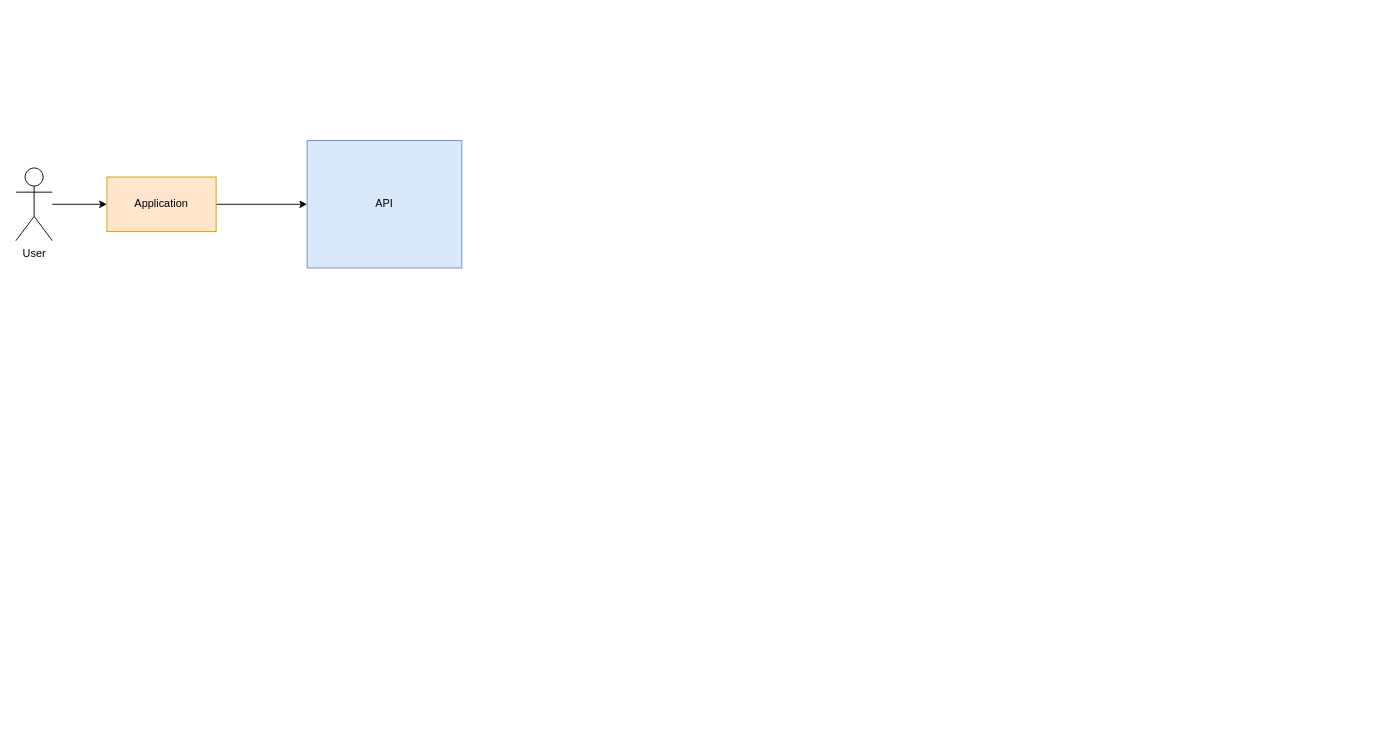
This is Service call api.drawio from LucasCDA90/Projet-individuel, a draw.io file, before an edit. Source tidied: cells renumbered, new cells numbered last; positions are measured from the earlier drawing's top-left corner, leaving out a move shared by most shapes. Both pictures are drawn from the tidied source at 91%, with x=0, y=0 at pixel (15, 140).
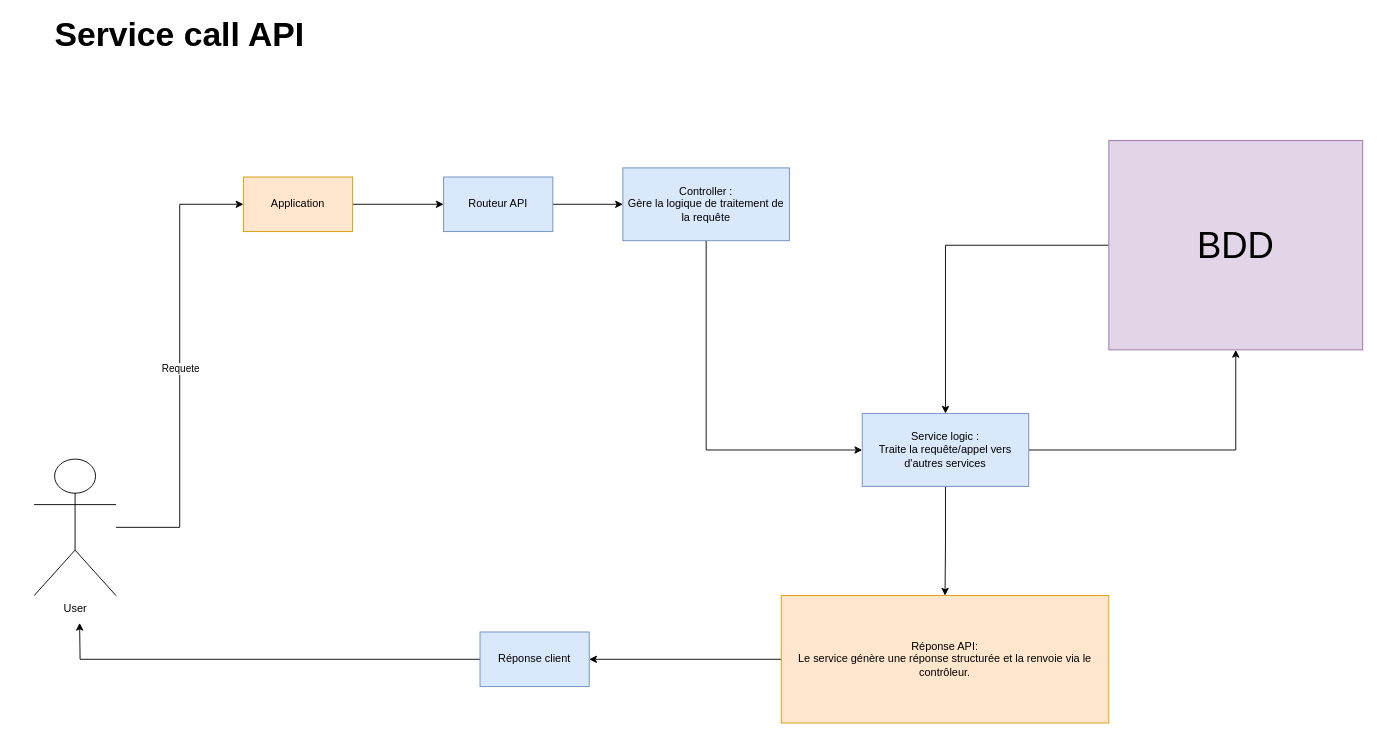
After the change.

Commit message:
Call API

The change refers to these unchanged cells:
```xml
<mxCell id="2" style="edgeStyle=orthogonalEdgeStyle;rounded=0;jettySize=auto;html=1;entryX=0;entryY=0.5;entryDx=0;entryDy=0;" parent="1" edge="1" source="3" target="6">
  <mxGeometry relative="1" as="geometry" />
</mxCell>
```

The edit, as a diff of the source:
```diff
@@
+    <mxCell id="7" value="Requete" style="edgeLabel;html=1;align=center;verticalAlign=middle;" parent="2" vertex="1">
+      <mxGeometry x="-0.01" relative="1" as="geometry" />
+    </mxCell>
     <mxCell id="3" value="User" style="shape=umlActor;verticalLabelPosition=bottom;verticalAlign=top;html=1;outlineConnect=0;" parent="1" vertex="1">
-      <mxGeometry y="30" width="40" height="80" as="geometry" />
+      <mxGeometry x="20" y="350" width="90" height="150" as="geometry" />
     </mxCell>
-    <mxCell id="4" value="API" style="rounded=0;whiteSpace=wrap;html=1;fillColor=#dae8fc;strokeColor=#6c8ebf;" parent="1" vertex="1">
-      <mxGeometry x="320" width="170" height="140" as="geometry" />
-    </mxCell>
-    <mxCell id="5" style="edgeStyle=orthogonalEdgeStyle;rounded=0;jettySize=auto;html=1;exitX=1;exitY=0.5;exitDx=0;exitDy=0;entryX=0;entryY=0.5;entryDx=0;entryDy=0;" parent="1" edge="1" source="6" target="4">
-      <mxGeometry relative="1" as="geometry" />
-    </mxCell>
+    <mxCell id="8" style="edgeStyle=orthogonalEdgeStyle;rounded=0;jettySize=auto;html=1;exitX=1;exitY=0.5;exitDx=0;exitDy=0;" parent="1" edge="1" source="6" target="11">
+      <mxGeometry relative="1" as="geometry" />
+    </mxCell>
     <mxCell id="6" value="Application " style="rounded=0;whiteSpace=wrap;html=1;fillColor=#ffe6cc;strokeColor=#d79b00;" parent="1" vertex="1">
-      <mxGeometry x="100" y="40" width="120" height="60" as="geometry" />
+      <mxGeometry x="250" y="40" width="120" height="60" as="geometry" />
     </mxCell>
+    <mxCell id="9" value="Service call API" style="text;html=1;align=center;verticalAlign=middle;whiteSpace=wrap;rounded=0;fontSize=37;fontStyle=1;" parent="1" vertex="1">
+      <mxGeometry y="-130" width="360" height="30" as="geometry" />
+    </mxCell>
+    <mxCell id="10" style="edgeStyle=orthogonalEdgeStyle;rounded=0;jettySize=auto;html=1;exitX=1;exitY=0.5;exitDx=0;exitDy=0;" parent="1" edge="1" source="11" target="13">
+      <mxGeometry relative="1" as="geometry" />
+    </mxCell>
+    <mxCell id="11" value="Routeur API" style="rounded=0;whiteSpace=wrap;html=1;fillColor=#dae8fc;strokeColor=#6c8ebf;" parent="1" vertex="1">
+      <mxGeometry x="470" y="40" width="120" height="60" as="geometry" />
+    </mxCell>
+    <mxCell id="12" style="edgeStyle=orthogonalEdgeStyle;rounded=0;jettySize=auto;html=1;exitX=0.5;exitY=1;exitDx=0;exitDy=0;" parent="1" edge="1" source="13" target="16">
+      <mxGeometry relative="1" as="geometry">
+        <Array as="points">
+          <mxPoint x="758" y="340" />
+        </Array>
+      </mxGeometry>
+    </mxCell>
+    <mxCell id="13" value="&lt;div&gt;Controller :&lt;/div&gt;&lt;div&gt;Gère la logique de traitement de la requête&lt;/div&gt;" style="rounded=0;whiteSpace=wrap;html=1;fillColor=#dae8fc;strokeColor=#6c8ebf;" parent="1" vertex="1">
+      <mxGeometry x="667" y="30" width="183" height="80" as="geometry" />
+    </mxCell>
+    <mxCell id="14" style="edgeStyle=orthogonalEdgeStyle;rounded=0;jettySize=auto;html=1;exitX=1;exitY=0.5;exitDx=0;exitDy=0;" parent="1" edge="1" source="16" target="18">
+      <mxGeometry relative="1" as="geometry" />
+    </mxCell>
+    <mxCell id="15" style="edgeStyle=orthogonalEdgeStyle;rounded=0;jettySize=auto;html=1;exitX=0.5;exitY=1;exitDx=0;exitDy=0;" parent="1" edge="1" source="16" target="20">
+      <mxGeometry relative="1" as="geometry" />
+    </mxCell>
+    <mxCell id="16" value="&lt;div&gt;Service logic :&lt;/div&gt;&lt;div&gt;Traite la requête/appel vers d'autres services&lt;br&gt;&lt;/div&gt;" style="rounded=0;whiteSpace=wrap;html=1;fillColor=#dae8fc;strokeColor=#6c8ebf;" parent="1" vertex="1">
+      <mxGeometry x="930" y="300" width="183" height="80" as="geometry" />
+    </mxCell>
+    <mxCell id="17" style="edgeStyle=orthogonalEdgeStyle;rounded=0;jettySize=auto;html=1;exitX=0;exitY=0.5;exitDx=0;exitDy=0;entryX=0.5;entryY=0;entryDx=0;entryDy=0;" parent="1" edge="1" source="18" target="16">
+      <mxGeometry relative="1" as="geometry" />
+    </mxCell>
+    <mxCell id="18" value="&lt;font style=&quot;font-size: 40px;&quot;&gt;BDD&lt;/font&gt;" style="rounded=0;whiteSpace=wrap;html=1;fillColor=#e1d5e7;strokeColor=#9673a6;" parent="1" vertex="1">
+      <mxGeometry x="1201" width="279" height="230" as="geometry" />
+    </mxCell>
+    <mxCell id="19" style="edgeStyle=orthogonalEdgeStyle;rounded=0;jettySize=auto;html=1;exitX=0;exitY=0.5;exitDx=0;exitDy=0;" parent="1" edge="1" source="20" target="22">
+      <mxGeometry relative="1" as="geometry" />
+    </mxCell>
+    <mxCell id="20" value="&lt;div&gt;Réponse API:&lt;/div&gt;&lt;div&gt;Le service génère une réponse structurée et la renvoie via le contrôleur.&lt;/div&gt;" style="rounded=0;whiteSpace=wrap;html=1;fillColor=#ffe6cc;strokeColor=#d79b00;" parent="1" vertex="1">
+      <mxGeometry x="841" y="500" width="360" height="140" as="geometry" />
+    </mxCell>
+    <mxCell id="21" style="edgeStyle=orthogonalEdgeStyle;rounded=0;jettySize=auto;html=1;exitX=0;exitY=0.5;exitDx=0;exitDy=0;" parent="1" edge="1" source="22">
+      <mxGeometry relative="1" as="geometry">
+        <mxPoint x="70" y="530" as="targetPoint" />
+      </mxGeometry>
+    </mxCell>
+    <mxCell id="22" value="Réponse client" style="rounded=0;whiteSpace=wrap;html=1;fillColor=#dae8fc;strokeColor=#6c8ebf;" parent="1" vertex="1">
+      <mxGeometry x="510" y="540" width="120" height="60" as="geometry" />
+    </mxCell>
```
